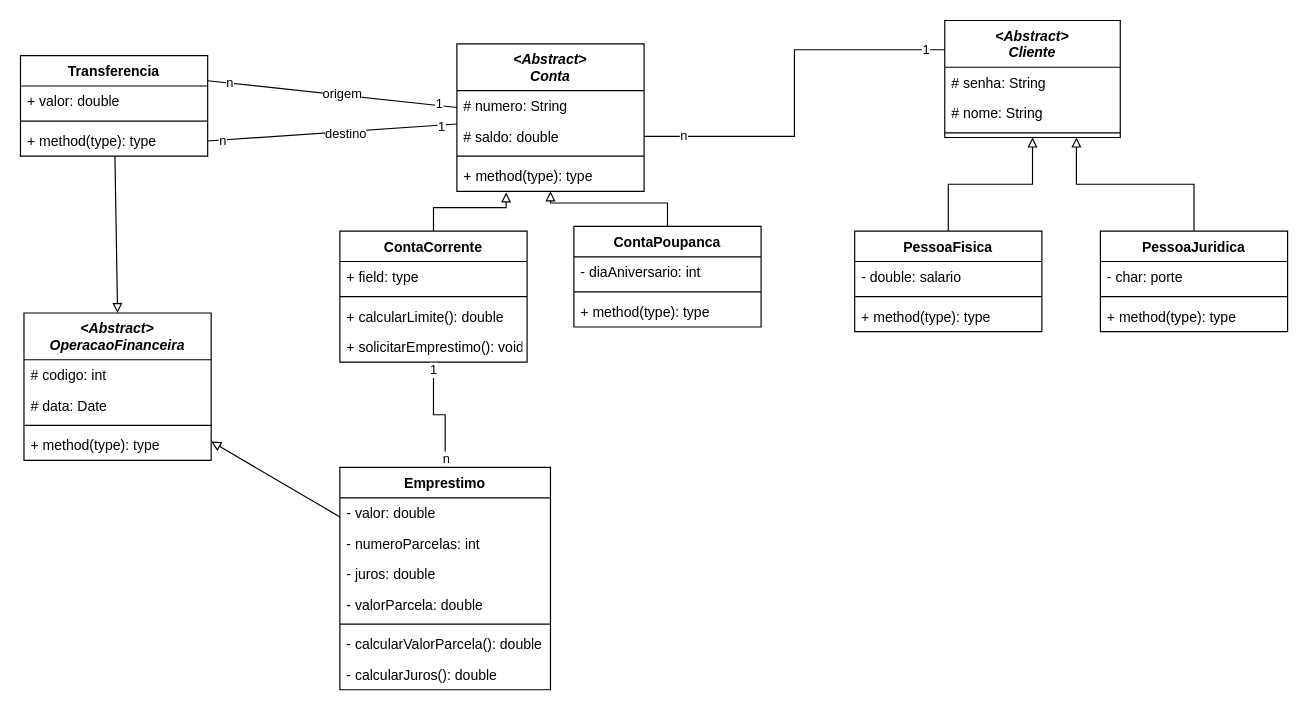
Before: DiagramaClasses.drawio in helderseixas/2020-1-POO-EstudoCaso, a draw.io diagram. Source tidied: cells renumbered, new cells numbered last; positions are measured from the earlier drawing's top-left corner, leaving out a move shared by most shapes. Both pictures are drawn from the tidied source at 117%, with x=0, y=0 at pixel (20, 20).
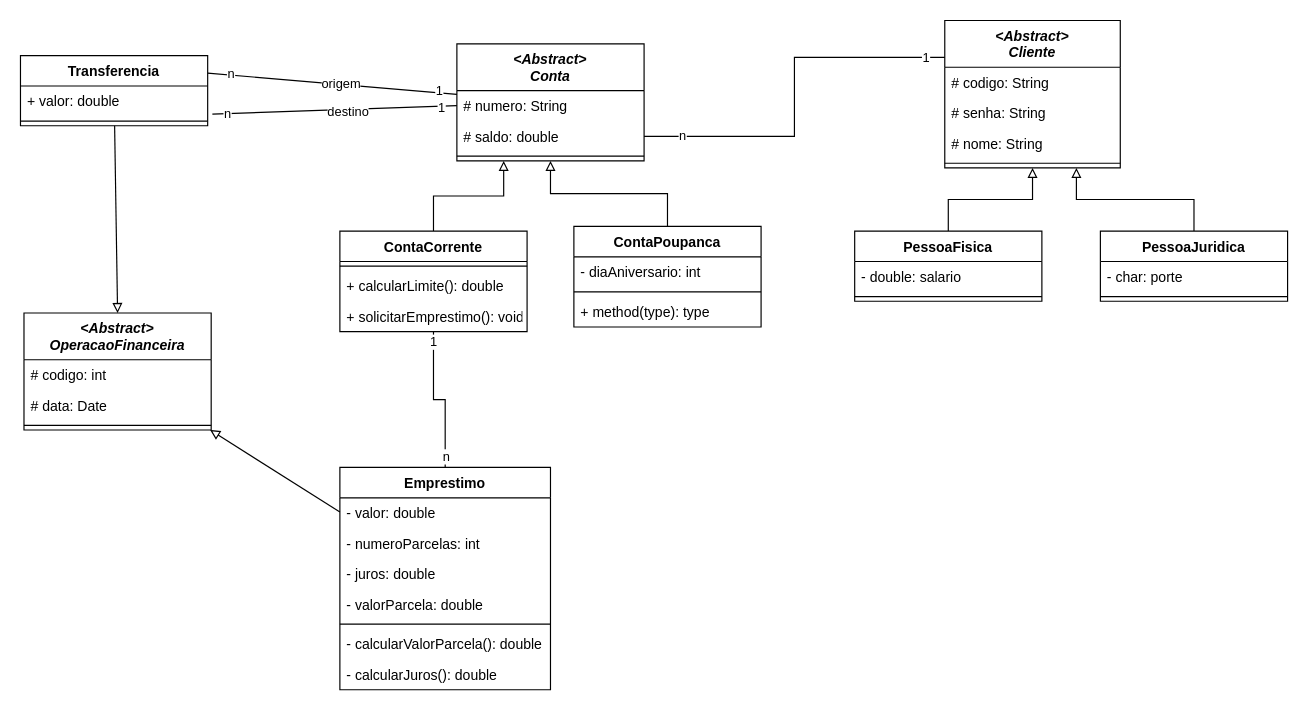
The same diagram, later.

The change refers to these unchanged cells:
```xml
<mxCell id="57" value="+ valor: double" style="text;strokeColor=none;fillColor=none;align=left;verticalAlign=top;spacingLeft=4;spacingRight=4;overflow=hidden;points=[[0,0.5],[1,0.5]];portConstraint=eastwest;" parent="56" vertex="1">
  <mxGeometry y="26" width="160" height="26" as="geometry" />
</mxCell>
```

Diff of the diagram source:
```diff
@@
     <mxCell id="2" value="&lt;Abstract&gt;&#10;Cliente" style="swimlane;fontStyle=3;align=center;verticalAlign=top;horizontal=1;startSize=40;" parent="1" vertex="1">
-      <mxGeometry x="790" width="150" height="100" as="geometry" />
+      <mxGeometry x="790" width="150" height="126" as="geometry" />
     </mxCell>
+    <mxCell id="65" value="# codigo: String" style="text;strokeColor=none;fillColor=none;align=left;verticalAlign=top;spacingLeft=4;spacingRight=4;overflow=hidden;" parent="2" vertex="1">
+      <mxGeometry y="40" width="150" height="26" as="geometry" />
+    </mxCell>
     <mxCell id="3" value="# senha: String" style="text;strokeColor=none;fillColor=none;align=left;verticalAlign=top;spacingLeft=4;spacingRight=4;overflow=hidden;" parent="2" vertex="1">
-      <mxGeometry y="40" width="150" height="26" as="geometry" />
+      <mxGeometry y="66" width="150" height="26" as="geometry" />
     </mxCell>
     <mxCell id="4" value="# nome: String" style="text;strokeColor=none;fillColor=none;align=left;verticalAlign=top;spacingLeft=4;spacingRight=4;overflow=hidden;" parent="2" vertex="1">
-      <mxGeometry y="66" width="150" height="26" as="geometry" />
+      <mxGeometry y="92" width="150" height="26" as="geometry" />
     </mxCell>
     <mxCell id="5" style="line;strokeWidth=1;fillColor=none;align=left;verticalAlign=middle;spacingTop=-1;spacingLeft=3;spacingRight=3;labelPosition=right;" parent="2" vertex="1">
-      <mxGeometry y="92" width="150" height="8" as="geometry" />
+      <mxGeometry y="118" width="150" height="8" as="geometry" />
     </mxCell>
@@
     <mxCell id="7" value="PessoaFisica" style="swimlane;fontStyle=1;align=center;verticalAlign=top;horizontal=1;startSize=26;" parent="1" vertex="1">
-      <mxGeometry x="713" y="180" width="160" height="86" as="geometry" />
+      <mxGeometry x="713" y="180" width="160" height="60" as="geometry" />
     </mxCell>
@@
-    <mxCell id="10" value="+ method(type): type" style="text;strokeColor=none;fillColor=none;align=left;verticalAlign=top;spacingLeft=4;spacingRight=4;overflow=hidden;" parent="7" vertex="1">
-      <mxGeometry y="60" width="160" height="26" as="geometry" />
-    </mxCell>
@@
     <mxCell id="12" value="PessoaJuridica" style="swimlane;fontStyle=1;align=center;verticalAlign=top;horizontal=1;startSize=26;" parent="1" vertex="1">
-      <mxGeometry x="923" y="180" width="160" height="86" as="geometry" />
+      <mxGeometry x="923" y="180" width="160" height="60" as="geometry" />
     </mxCell>
@@
-    <mxCell id="15" value="+ method(type): type" style="text;strokeColor=none;fillColor=none;align=left;verticalAlign=top;spacingLeft=4;spacingRight=4;overflow=hidden;" parent="12" vertex="1">
-      <mxGeometry y="60" width="160" height="26" as="geometry" />
-    </mxCell>
     <mxCell id="16" value="&lt;Abstract&gt;&#10;Conta" style="swimlane;fontStyle=3;align=center;verticalAlign=top;horizontal=1;startSize=40;" parent="1" vertex="1">
-      <mxGeometry x="373" y="20" width="160" height="126" as="geometry" />
+      <mxGeometry x="373" y="20" width="160" height="100" as="geometry" />
     </mxCell>
@@
-    <mxCell id="20" value="+ method(type): type" style="text;strokeColor=none;fillColor=none;align=left;verticalAlign=top;spacingLeft=4;spacingRight=4;overflow=hidden;points=[[0,0.5],[1,0.5]];portConstraint=eastwest;" parent="16" vertex="1">
-      <mxGeometry y="100" width="160" height="26" as="geometry" />
-    </mxCell>
-    <mxCell id="21" style="edgeStyle=orthogonalEdgeStyle;rounded=0;jettySize=auto;html=1;exitX=0.5;exitY=0;exitDx=0;exitDy=0;entryX=0.263;entryY=1.038;entryDx=0;entryDy=0;entryPerimeter=0;endArrow=block;endFill=0;" parent="1" edge="1" source="22" target="20">
+    <mxCell id="21" style="edgeStyle=orthogonalEdgeStyle;rounded=0;jettySize=auto;html=1;exitX=0.5;exitY=0;exitDx=0;exitDy=0;entryX=0.25;entryY=1;entryDx=0;entryDy=0;endArrow=block;endFill=0;" parent="1" edge="1" source="22" target="16">
       <mxGeometry relative="1" as="geometry" />
     </mxCell>
     <mxCell id="22" value="ContaCorrente" style="swimlane;fontStyle=1;align=center;verticalAlign=top;horizontal=1;startSize=26;" parent="1" vertex="1">
-      <mxGeometry x="273" y="180" width="160" height="112" as="geometry" />
+      <mxGeometry x="273" y="180" width="160" height="86" as="geometry" />
     </mxCell>
-    <mxCell id="23" value="+ field: type" style="text;strokeColor=none;fillColor=none;align=left;verticalAlign=top;spacingLeft=4;spacingRight=4;overflow=hidden;" parent="22" vertex="1">
-      <mxGeometry y="26" width="160" height="26" as="geometry" />
-    </mxCell>
     <mxCell id="24" style="line;strokeWidth=1;fillColor=none;align=left;verticalAlign=middle;spacingTop=-1;spacingLeft=3;spacingRight=3;labelPosition=right;" parent="22" vertex="1">
-      <mxGeometry y="52" width="160" height="8" as="geometry" />
+      <mxGeometry y="26" width="160" height="8" as="geometry" />
     </mxCell>
     <mxCell id="25" value="+ calcularLimite(): double" style="text;strokeColor=none;fillColor=none;align=left;verticalAlign=top;spacingLeft=4;spacingRight=4;overflow=hidden;" parent="22" vertex="1">
-      <mxGeometry y="60" width="160" height="26" as="geometry" />
+      <mxGeometry y="34" width="160" height="26" as="geometry" />
     </mxCell>
     <mxCell id="26" value="+ solicitarEmprestimo(): void" style="text;strokeColor=none;fillColor=none;align=left;verticalAlign=top;spacingLeft=4;spacingRight=4;overflow=hidden;" parent="22" vertex="1">
-      <mxGeometry y="86" width="160" height="26" as="geometry" />
+      <mxGeometry y="60" width="160" height="26" as="geometry" />
     </mxCell>
@@
-    <mxCell id="47" style="edgeStyle=none;rounded=0;jettySize=auto;html=1;exitX=1;exitY=0.5;exitDx=0;exitDy=0;endArrow=none;endFill=0;" parent="1" edge="1" source="59" target="16">
+    <mxCell id="47" style="edgeStyle=none;rounded=0;jettySize=auto;html=1;exitX=1.025;exitY=0.923;exitDx=0;exitDy=0;endArrow=none;endFill=0;exitPerimeter=0;" parent="1" edge="1" source="57" target="16">
       <mxGeometry relative="1" as="geometry" />
     </mxCell>
@@
     <mxCell id="56" value="Transferencia" style="swimlane;fontStyle=1;align=center;verticalAlign=top;horizontal=1;startSize=26;" parent="1" vertex="1">
-      <mxGeometry y="30" width="160" height="86" as="geometry" />
+      <mxGeometry y="30" width="160" height="60" as="geometry" />
     </mxCell>
@@
-    <mxCell id="59" value="+ method(type): type" style="text;strokeColor=none;fillColor=none;align=left;verticalAlign=top;spacingLeft=4;spacingRight=4;overflow=hidden;points=[[0,0.5],[1,0.5]];portConstraint=eastwest;" parent="56" vertex="1">
-      <mxGeometry y="60" width="160" height="26" as="geometry" />
-    </mxCell>
     <mxCell id="60" value="&lt;Abstract&gt;&#10;OperacaoFinanceira" style="swimlane;fontStyle=3;align=center;verticalAlign=top;horizontal=1;startSize=40;" parent="1" vertex="1">
-      <mxGeometry x="3" y="250" width="160" height="126" as="geometry" />
+      <mxGeometry x="3" y="250" width="160" height="100" as="geometry" />
     </mxCell>
@@
-    <mxCell id="64" value="+ method(type): type" style="text;strokeColor=none;fillColor=none;align=left;verticalAlign=top;spacingLeft=4;spacingRight=4;overflow=hidden;" parent="60" vertex="1">
-      <mxGeometry y="100" width="160" height="26" as="geometry" />
-    </mxCell>
```
